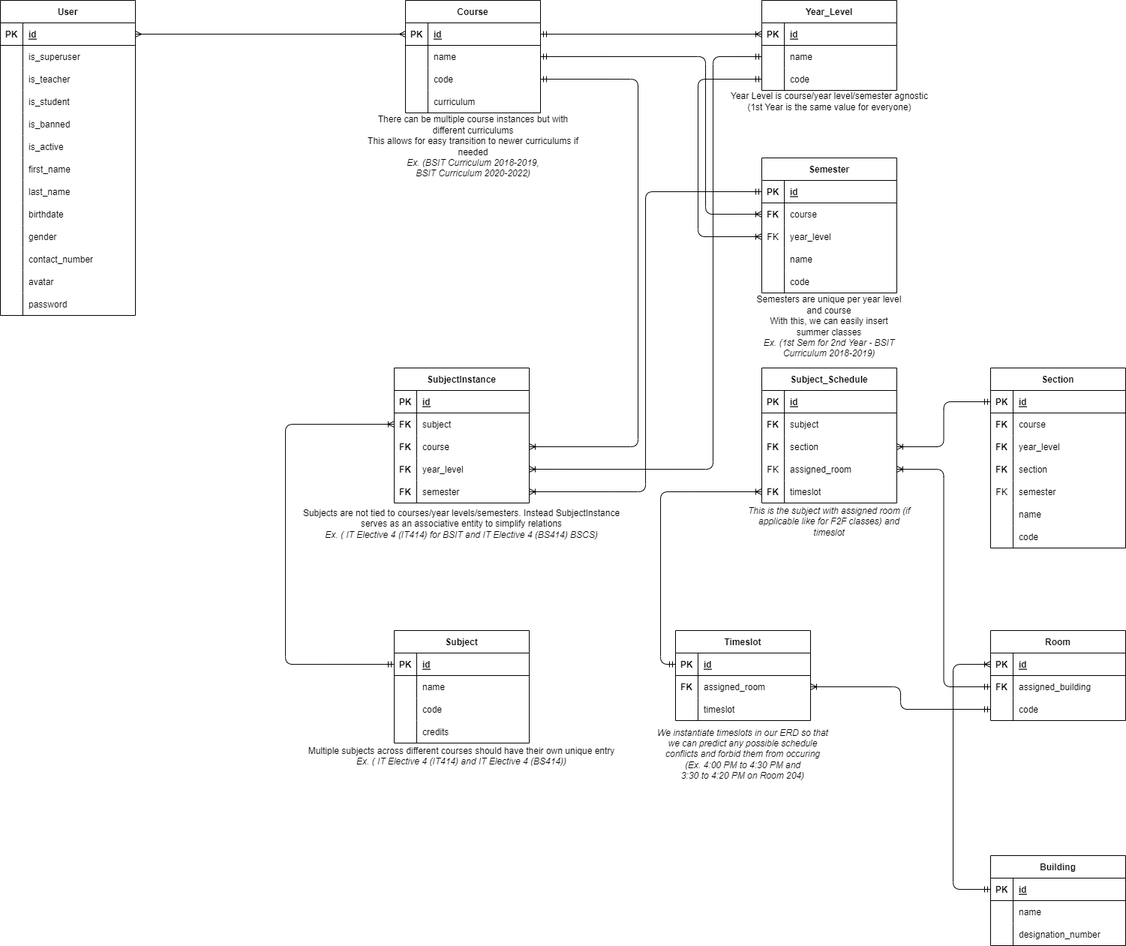
lemeow125/UniversitySystem-Backend keeps this draw.io diagram as documentation/erd.drawio.png. Above is the earlier version. Source tidied: cells renumbered, new cells last; positions are measured from the earlier drawing's top-left corner, leaving out a move shared by most shapes.
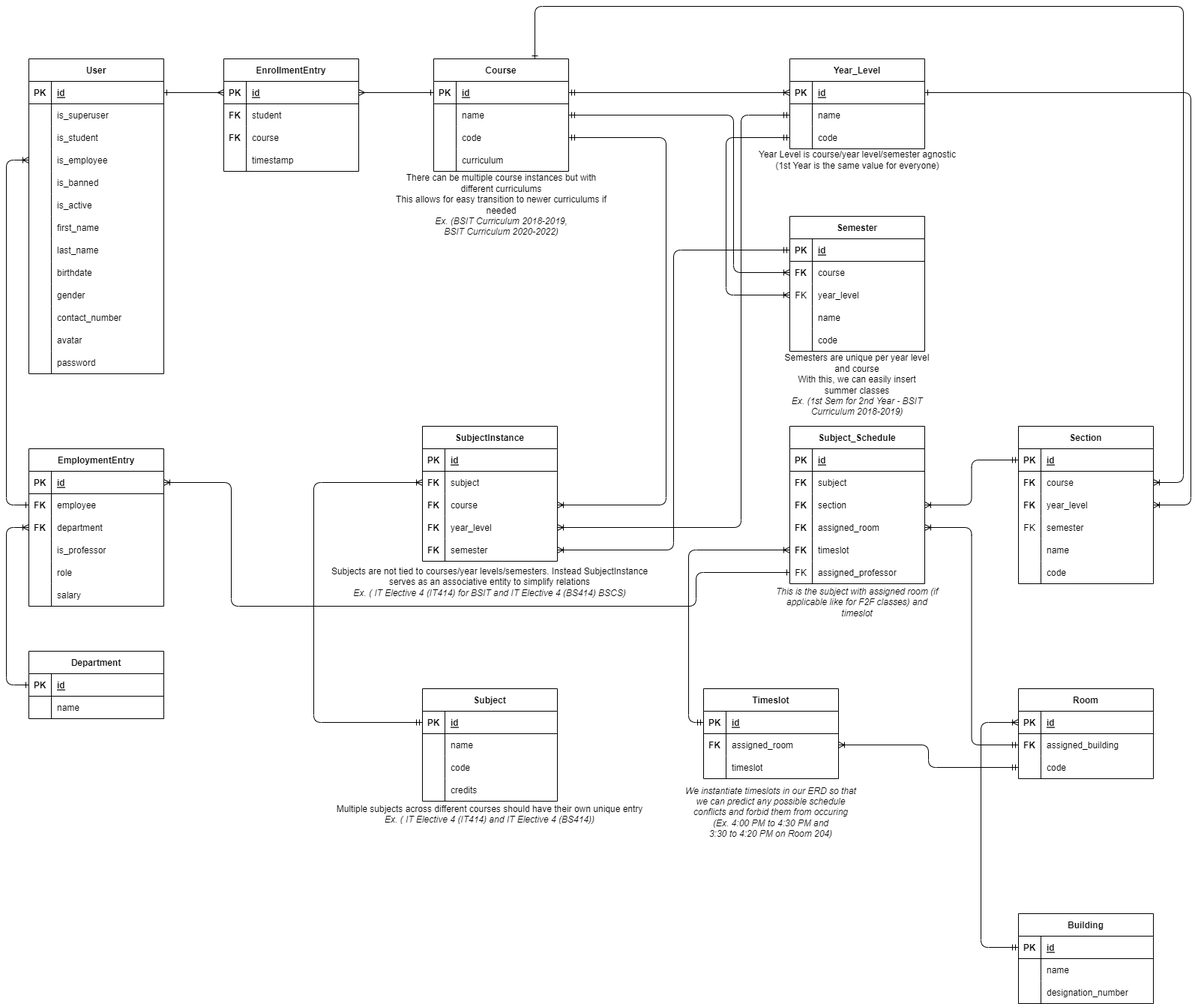
Later version of the same file.

Commit message:
Updated ERD and adjusted fields in CustomUser

What changed in the source:
```diff
@@ -25,13 +25,4 @@
     </mxCell>
-    <mxCell id="9" style="shape=tableRow;horizontal=0;startSize=0;swimlaneHead=0;swimlaneBody=0;fillColor=none;top=0;left=0;right=0;bottom=0;" parent="2" vertex="1">
-      <mxGeometry y="90" width="180" height="30" as="geometry" />
-    </mxCell>
-    <mxCell id="10" style="shape=partialRectangle;fillColor=none;top=0;left=0;bottom=0;right=0;overflow=hidden;" parent="9" vertex="1">
-      <mxGeometry width="30" height="30" as="geometry" />
-    </mxCell>
-    <mxCell id="11" value="is_teacher" style="shape=partialRectangle;fillColor=none;top=0;left=0;bottom=0;right=0;align=left;spacingLeft=6;overflow=hidden;" parent="9" vertex="1">
-      <mxGeometry x="30" width="150" height="30" as="geometry" />
-    </mxCell>
     <mxCell id="12" style="shape=tableRow;horizontal=0;startSize=0;swimlaneHead=0;swimlaneBody=0;fillColor=none;top=0;left=0;right=0;bottom=0;" parent="2" vertex="1">
-      <mxGeometry y="120" width="180" height="30" as="geometry" />
+      <mxGeometry y="90" width="180" height="30" as="geometry" />
     </mxCell>
@@ -43,2 +34,11 @@
     </mxCell>
+    <mxCell id="205" style="shape=tableRow;horizontal=0;startSize=0;swimlaneHead=0;swimlaneBody=0;fillColor=none;points=[[0,0.5],[1,0.5]];portConstraint=eastwest;top=0;left=0;right=0;bottom=0;" parent="2" vertex="1">
+      <mxGeometry y="120" width="180" height="30" as="geometry" />
+    </mxCell>
+    <mxCell id="206" style="shape=partialRectangle;fillColor=none;top=0;left=0;bottom=0;right=0;overflow=hidden;" parent="205" vertex="1">
+      <mxGeometry width="30" height="30" as="geometry" />
+    </mxCell>
+    <mxCell id="207" value="is_employee" style="shape=partialRectangle;fillColor=none;top=0;left=0;bottom=0;right=0;align=left;spacingLeft=6;overflow=hidden;" parent="205" vertex="1">
+      <mxGeometry x="30" width="150" height="30" as="geometry" />
+    </mxCell>
     <mxCell id="15" style="shape=tableRow;horizontal=0;startSize=0;swimlaneHead=0;swimlaneBody=0;fillColor=none;top=0;left=0;right=0;bottom=0;" parent="2" vertex="1">
@@ -124,3 +124,3 @@
     </mxCell>
-    <mxCell id="42" style="edgeStyle=orthogonalEdgeStyle;html=1;exitX=1;exitY=0.5;exitDx=0;exitDy=0;entryX=0;entryY=0.5;entryDx=0;entryDy=0;endArrow=ERmany;endFill=0;startArrow=ERmany;startFill=0;" parent="1" edge="1" source="3" target="177">
+    <mxCell id="42" style="edgeStyle=orthogonalEdgeStyle;html=1;exitX=1;exitY=0.5;exitDx=0;exitDy=0;entryX=0;entryY=0.5;entryDx=0;entryDy=0;endArrow=ERmany;endFill=0;startArrow=ERone;startFill=0;" parent="1" edge="1" source="3" target="212">
       <mxGeometry relative="1" as="geometry" />
@@ -128,3 +128,3 @@
     <mxCell id="43" value="Section" style="shape=table;startSize=30;rowLines=0;fontStyle=1;align=center;" parent="1" vertex="1">
-      <mxGeometry x="1320" y="490" width="180" height="240" as="geometry" />
+      <mxGeometry x="1320" y="490" width="180" height="210" as="geometry" />
     </mxCell>
@@ -157,13 +157,4 @@
     </mxCell>
-    <mxCell id="53" style="shape=tableRow;horizontal=0;startSize=0;swimlaneHead=0;swimlaneBody=0;fillColor=none;top=0;left=0;right=0;bottom=0;" parent="43" vertex="1">
-      <mxGeometry y="120" width="180" height="30" as="geometry" />
-    </mxCell>
-    <mxCell id="54" value="FK" style="shape=partialRectangle;fillColor=none;top=0;left=0;bottom=0;right=0;overflow=hidden;fontStyle=1;" parent="53" vertex="1">
-      <mxGeometry width="30" height="30" as="geometry" />
-    </mxCell>
-    <mxCell id="55" value="section" style="shape=partialRectangle;fillColor=none;top=0;left=0;bottom=0;right=0;align=left;spacingLeft=6;overflow=hidden;" parent="53" vertex="1">
-      <mxGeometry x="30" width="150" height="30" as="geometry" />
-    </mxCell>
     <mxCell id="56" style="shape=tableRow;horizontal=0;startSize=0;swimlaneHead=0;swimlaneBody=0;fillColor=none;top=0;left=0;right=0;bottom=0;fontStyle=1;" parent="43" vertex="1">
-      <mxGeometry y="150" width="180" height="30" as="geometry" />
+      <mxGeometry y="120" width="180" height="30" as="geometry" />
     </mxCell>
@@ -176,3 +167,3 @@
     <mxCell id="59" style="shape=tableRow;horizontal=0;startSize=0;swimlaneHead=0;swimlaneBody=0;fillColor=none;top=0;left=0;right=0;bottom=0;" parent="43" vertex="1">
-      <mxGeometry y="180" width="180" height="30" as="geometry" />
+      <mxGeometry y="150" width="180" height="30" as="geometry" />
     </mxCell>
@@ -185,3 +176,3 @@
     <mxCell id="62" style="shape=tableRow;horizontal=0;startSize=0;swimlaneHead=0;swimlaneBody=0;fillColor=none;top=0;left=0;right=0;bottom=0;" parent="43" vertex="1">
-      <mxGeometry y="210" width="180" height="30" as="geometry" />
+      <mxGeometry y="180" width="180" height="30" as="geometry" />
     </mxCell>
@@ -345,3 +336,3 @@
     <mxCell id="112" value="Subject_Schedule" style="shape=table;startSize=30;rowLines=0;fontStyle=1;align=center;" parent="111" vertex="1">
-      <mxGeometry x="25" width="180" height="180" as="geometry" />
+      <mxGeometry x="25" width="180" height="210" as="geometry" />
     </mxCell>
@@ -377,3 +368,3 @@
     </mxCell>
-    <mxCell id="123" value="FK" style="shape=partialRectangle;fillColor=none;top=0;left=0;bottom=0;right=0;overflow=hidden;fontStyle=0;" parent="122" vertex="1">
+    <mxCell id="123" value="FK" style="shape=partialRectangle;fillColor=none;top=0;left=0;bottom=0;right=0;overflow=hidden;fontStyle=1;" parent="122" vertex="1">
       <mxGeometry width="30" height="30" as="geometry" />
@@ -392,4 +383,13 @@
     </mxCell>
+    <mxCell id="208" style="shape=tableRow;horizontal=0;startSize=0;swimlaneHead=0;swimlaneBody=0;fillColor=none;points=[[0,0.5],[1,0.5]];portConstraint=eastwest;top=0;left=0;right=0;bottom=0;" parent="112" vertex="1">
+      <mxGeometry y="180" width="180" height="30" as="geometry" />
+    </mxCell>
+    <mxCell id="209" value="FK" style="shape=partialRectangle;fillColor=none;top=0;left=0;bottom=0;right=0;overflow=hidden;fontStyle=0;" parent="208" vertex="1">
+      <mxGeometry width="30" height="30" as="geometry" />
+    </mxCell>
+    <mxCell id="210" value="assigned_professor" style="shape=partialRectangle;fillColor=none;top=0;left=0;bottom=0;right=0;align=left;spacingLeft=6;overflow=hidden;" parent="208" vertex="1">
+      <mxGeometry x="30" width="150" height="30" as="geometry" />
+    </mxCell>
     <mxCell id="128" value="&lt;i&gt;This is the subject with assigned room (if applicable like for F2F classes) and timeslot&lt;br&gt;&lt;/i&gt;" style="text;html=1;strokeColor=none;fillColor=none;align=center;verticalAlign=middle;whiteSpace=wrap;rounded=0;" parent="111" vertex="1">
-      <mxGeometry y="180" width="230" height="50" as="geometry" />
+      <mxGeometry y="210" width="230" height="50" as="geometry" />
     </mxCell>
@@ -648,2 +648,165 @@
     </mxCell>
+    <mxCell id="211" value="EnrollmentEntry" style="shape=table;startSize=30;rowLines=0;fontStyle=1;align=center;" parent="1" vertex="1">
+      <mxGeometry x="260" width="180" height="150" as="geometry" />
+    </mxCell>
+    <mxCell id="212" style="shape=tableRow;horizontal=0;startSize=0;swimlaneHead=0;swimlaneBody=0;fillColor=none;points=[[0,0.5],[1,0.5]];portConstraint=eastwest;top=0;left=0;right=0;bottom=1;" parent="211" vertex="1">
+      <mxGeometry y="30" width="180" height="30" as="geometry" />
+    </mxCell>
+    <mxCell id="213" value="PK" style="shape=partialRectangle;fillColor=none;top=0;left=0;bottom=0;right=0;fontStyle=1;overflow=hidden;" parent="212" vertex="1">
+      <mxGeometry width="30" height="30" as="geometry" />
+    </mxCell>
+    <mxCell id="214" value="id" style="shape=partialRectangle;fillColor=none;top=0;left=0;bottom=0;right=0;align=left;spacingLeft=6;fontStyle=5;overflow=hidden;" parent="212" vertex="1">
+      <mxGeometry x="30" width="150" height="30" as="geometry" />
+    </mxCell>
+    <mxCell id="215" style="shape=tableRow;horizontal=0;startSize=0;swimlaneHead=0;swimlaneBody=0;fillColor=none;top=0;left=0;right=0;bottom=0;" parent="211" vertex="1">
+      <mxGeometry y="60" width="180" height="30" as="geometry" />
+    </mxCell>
+    <mxCell id="216" value="FK" style="shape=partialRectangle;fillColor=none;top=0;left=0;bottom=0;right=0;overflow=hidden;fontStyle=1;" parent="215" vertex="1">
+      <mxGeometry width="30" height="30" as="geometry" />
+    </mxCell>
+    <mxCell id="217" value="student" style="shape=partialRectangle;fillColor=none;top=0;left=0;bottom=0;right=0;align=left;spacingLeft=6;overflow=hidden;" parent="215" vertex="1">
+      <mxGeometry x="30" width="150" height="30" as="geometry" />
+    </mxCell>
+    <mxCell id="218" style="shape=tableRow;horizontal=0;startSize=0;swimlaneHead=0;swimlaneBody=0;fillColor=none;top=0;left=0;right=0;bottom=0;" parent="211" vertex="1">
+      <mxGeometry y="90" width="180" height="30" as="geometry" />
+    </mxCell>
+    <mxCell id="219" value="FK" style="shape=partialRectangle;fillColor=none;top=0;left=0;bottom=0;right=0;overflow=hidden;fontStyle=1;" parent="218" vertex="1">
+      <mxGeometry width="30" height="30" as="geometry" />
+    </mxCell>
+    <mxCell id="220" value="course" style="shape=partialRectangle;fillColor=none;top=0;left=0;bottom=0;right=0;align=left;spacingLeft=6;overflow=hidden;" parent="218" vertex="1">
+      <mxGeometry x="30" width="150" height="30" as="geometry" />
+    </mxCell>
+    <mxCell id="221" style="shape=tableRow;horizontal=0;startSize=0;swimlaneHead=0;swimlaneBody=0;fillColor=none;top=0;left=0;right=0;bottom=0;" parent="211" vertex="1">
+      <mxGeometry y="120" width="180" height="30" as="geometry" />
+    </mxCell>
+    <mxCell id="222" style="shape=partialRectangle;fillColor=none;top=0;left=0;bottom=0;right=0;overflow=hidden;fontStyle=1;" parent="221" vertex="1">
+      <mxGeometry width="30" height="30" as="geometry" />
+    </mxCell>
+    <mxCell id="223" value="timestamp" style="shape=partialRectangle;fillColor=none;top=0;left=0;bottom=0;right=0;align=left;spacingLeft=6;overflow=hidden;" parent="221" vertex="1">
+      <mxGeometry x="30" width="150" height="30" as="geometry" />
+    </mxCell>
+    <mxCell id="224" style="edgeStyle=orthogonalEdgeStyle;html=1;exitX=0;exitY=0.5;exitDx=0;exitDy=0;entryX=1;entryY=0.5;entryDx=0;entryDy=0;endArrow=ERmany;endFill=0;startArrow=ERone;startFill=0;" parent="1" edge="1" source="177" target="212">
+      <mxGeometry relative="1" as="geometry" />
+    </mxCell>
+    <mxCell id="225" value="EmploymentEntry" style="shape=table;startSize=30;rowLines=0;fontStyle=1;align=center;" parent="1" vertex="1">
+      <mxGeometry y="520" width="180" height="210" as="geometry" />
+    </mxCell>
+    <mxCell id="226" style="shape=tableRow;horizontal=0;startSize=0;swimlaneHead=0;swimlaneBody=0;fillColor=none;points=[[0,0.5],[1,0.5]];portConstraint=eastwest;top=0;left=0;right=0;bottom=1;" parent="225" vertex="1">
+      <mxGeometry y="30" width="180" height="30" as="geometry" />
+    </mxCell>
+    <mxCell id="227" value="PK" style="shape=partialRectangle;fillColor=none;top=0;left=0;bottom=0;right=0;fontStyle=1;overflow=hidden;" parent="226" vertex="1">
+      <mxGeometry width="30" height="30" as="geometry" />
+    </mxCell>
+    <mxCell id="228" value="id" style="shape=partialRectangle;fillColor=none;top=0;left=0;bottom=0;right=0;align=left;spacingLeft=6;fontStyle=5;overflow=hidden;" parent="226" vertex="1">
+      <mxGeometry x="30" width="150" height="30" as="geometry" />
+    </mxCell>
+    <mxCell id="229" style="shape=tableRow;horizontal=0;startSize=0;swimlaneHead=0;swimlaneBody=0;fillColor=none;points=[[0,0.5],[1,0.5]];portConstraint=eastwest;top=0;left=0;right=0;bottom=0;" parent="225" vertex="1">
+      <mxGeometry y="60" width="180" height="30" as="geometry" />
+    </mxCell>
+    <mxCell id="230" value="FK" style="shape=partialRectangle;fillColor=none;top=0;left=0;bottom=0;right=0;overflow=hidden;fontStyle=1;" parent="229" vertex="1">
+      <mxGeometry width="30" height="30" as="geometry" />
+    </mxCell>
+    <mxCell id="231" value="employee" style="shape=partialRectangle;fillColor=none;top=0;left=0;bottom=0;right=0;align=left;spacingLeft=6;overflow=hidden;" parent="229" vertex="1">
+      <mxGeometry x="30" width="150" height="30" as="geometry" />
+    </mxCell>
+    <mxCell id="232" style="shape=tableRow;horizontal=0;startSize=0;swimlaneHead=0;swimlaneBody=0;fillColor=none;points=[[0,0.5],[1,0.5]];portConstraint=eastwest;top=0;left=0;right=0;bottom=0;" parent="225" vertex="1">
+      <mxGeometry y="90" width="180" height="30" as="geometry" />
+    </mxCell>
+    <mxCell id="233" value="FK" style="shape=partialRectangle;fillColor=none;top=0;left=0;bottom=0;right=0;overflow=hidden;fontStyle=1;" parent="232" vertex="1">
+      <mxGeometry width="30" height="30" as="geometry" />
+    </mxCell>
+    <mxCell id="234" value="department" style="shape=partialRectangle;fillColor=none;top=0;left=0;bottom=0;right=0;align=left;spacingLeft=6;overflow=hidden;" parent="232" vertex="1">
+      <mxGeometry x="30" width="150" height="30" as="geometry" />
+    </mxCell>
+    <mxCell id="235" style="shape=tableRow;horizontal=0;startSize=0;swimlaneHead=0;swimlaneBody=0;fillColor=none;top=0;left=0;right=0;bottom=0;" parent="225" vertex="1">
+      <mxGeometry y="120" width="180" height="30" as="geometry" />
+    </mxCell>
+    <mxCell id="236" style="shape=partialRectangle;fillColor=none;top=0;left=0;bottom=0;right=0;overflow=hidden;" parent="235" vertex="1">
+      <mxGeometry width="30" height="30" as="geometry" />
+    </mxCell>
+    <mxCell id="237" value="is_professor" style="shape=partialRectangle;fillColor=none;top=0;left=0;bottom=0;right=0;align=left;spacingLeft=6;overflow=hidden;" parent="235" vertex="1">
+      <mxGeometry x="30" width="150" height="30" as="geometry" />
+    </mxCell>
+    <mxCell id="238" style="shape=tableRow;horizontal=0;startSize=0;swimlaneHead=0;swimlaneBody=0;fillColor=none;top=0;left=0;right=0;bottom=0;" parent="225" vertex="1">
+      <mxGeometry y="150" width="180" height="30" as="geometry" />
+    </mxCell>
+    <mxCell id="239" style="shape=partialRectangle;fillColor=none;top=0;left=0;bottom=0;right=0;overflow=hidden;" parent="238" vertex="1">
+      <mxGeometry width="30" height="30" as="geometry" />
+    </mxCell>
+    <mxCell id="240" value="role" style="shape=partialRectangle;fillColor=none;top=0;left=0;bottom=0;right=0;align=left;spacingLeft=6;overflow=hidden;" parent="238" vertex="1">
+      <mxGeometry x="30" width="150" height="30" as="geometry" />
+    </mxCell>
+    <mxCell id="241" style="shape=tableRow;horizontal=0;startSize=0;swimlaneHead=0;swimlaneBody=0;fillColor=none;top=0;left=0;right=0;bottom=0;" parent="225" vertex="1">
+      <mxGeometry y="180" width="180" height="30" as="geometry" />
+    </mxCell>
+    <mxCell id="242" style="shape=partialRectangle;fillColor=none;top=0;left=0;bottom=0;right=0;overflow=hidden;" parent="241" vertex="1">
+      <mxGeometry width="30" height="30" as="geometry" />
+    </mxCell>
+    <mxCell id="243" value="salary" style="shape=partialRectangle;fillColor=none;top=0;left=0;bottom=0;right=0;align=left;spacingLeft=6;overflow=hidden;" parent="241" vertex="1">
+      <mxGeometry x="30" width="150" height="30" as="geometry" />
+    </mxCell>
+    <mxCell id="244" value="Department" style="shape=table;startSize=30;rowLines=0;fontStyle=1;align=center;" parent="1" vertex="1">
+      <mxGeometry y="790" width="180" height="90" as="geometry" />
+    </mxCell>
+    <mxCell id="245" style="shape=tableRow;horizontal=0;startSize=0;swimlaneHead=0;swimlaneBody=0;fillColor=none;points=[[0,0.5],[1,0.5]];portConstraint=eastwest;top=0;left=0;right=0;bottom=1;" parent="244" vertex="1">
+      <mxGeometry y="30" width="180" height="30" as="geometry" />
+    </mxCell>
+    <mxCell id="246" value="PK" style="shape=partialRectangle;fillColor=none;top=0;left=0;bottom=0;right=0;fontStyle=1;overflow=hidden;" parent="245" vertex="1">
+      <mxGeometry width="30" height="30" as="geometry" />
+    </mxCell>
+    <mxCell id="247" value="id" style="shape=partialRectangle;fillColor=none;top=0;left=0;bottom=0;right=0;align=left;spacingLeft=6;fontStyle=5;overflow=hidden;" parent="245" vertex="1">
+      <mxGeometry x="30" width="150" height="30" as="geometry" />
+    </mxCell>
+    <mxCell id="248" style="shape=tableRow;horizontal=0;startSize=0;swimlaneHead=0;swimlaneBody=0;fillColor=none;top=0;left=0;right=0;bottom=0;" parent="244" vertex="1">
+      <mxGeometry y="60" width="180" height="30" as="geometry" />
+    </mxCell>
+    <mxCell id="249" style="shape=partialRectangle;fillColor=none;top=0;left=0;bottom=0;right=0;overflow=hidden;fontStyle=1;" parent="248" vertex="1">
+      <mxGeometry width="30" height="30" as="geometry" />
+    </mxCell>
+    <mxCell id="250" value="name" style="shape=partialRectangle;fillColor=none;top=0;left=0;bottom=0;right=0;align=left;spacingLeft=6;overflow=hidden;" parent="248" vertex="1">
+      <mxGeometry x="30" width="150" height="30" as="geometry" />
+    </mxCell>
+    <mxCell id="251" style="edgeStyle=orthogonalEdgeStyle;html=1;exitX=0;exitY=0.5;exitDx=0;exitDy=0;entryX=0;entryY=0.5;entryDx=0;entryDy=0;startArrow=ERoneToMany;startFill=0;endArrow=ERone;endFill=0;" parent="1" edge="1" source="232" target="245">
+      <mxGeometry relative="1" as="geometry">
+        <Array as="points">
+          <mxPoint x="-30" y="625" />
+          <mxPoint x="-30" y="835" />
+        </Array>
+      </mxGeometry>
+    </mxCell>
+    <mxCell id="252" style="edgeStyle=orthogonalEdgeStyle;html=1;exitX=0;exitY=0.5;exitDx=0;exitDy=0;entryX=0;entryY=0.5;entryDx=0;entryDy=0;startArrow=ERoneToMany;startFill=0;endArrow=ERone;endFill=0;" parent="1" edge="1" source="205" target="229">
+      <mxGeometry relative="1" as="geometry">
+        <Array as="points">
+          <mxPoint x="-30" y="135" />
+          <mxPoint x="-30" y="595" />
+        </Array>
+      </mxGeometry>
+    </mxCell>
+    <mxCell id="253" style="edgeStyle=orthogonalEdgeStyle;html=1;exitX=1;exitY=0.5;exitDx=0;exitDy=0;entryX=0;entryY=0.5;entryDx=0;entryDy=0;startArrow=ERoneToMany;startFill=0;endArrow=ERone;endFill=0;" parent="1" edge="1" source="226" target="208">
+      <mxGeometry relative="1" as="geometry">
+        <Array as="points">
+          <mxPoint x="270" y="565" />
+          <mxPoint x="270" y="730" />
+          <mxPoint x="890" y="730" />
+          <mxPoint x="890" y="685" />
+        </Array>
+      </mxGeometry>
+    </mxCell>
+    <mxCell id="254" style="edgeStyle=orthogonalEdgeStyle;html=1;exitX=1;exitY=0.5;exitDx=0;exitDy=0;startArrow=ERoneToMany;startFill=0;endArrow=ERone;endFill=0;entryX=0.75;entryY=0;entryDx=0;entryDy=0;" parent="1" edge="1" source="47" target="176">
+      <mxGeometry relative="1" as="geometry">
+        <Array as="points">
+          <mxPoint x="1540" y="565" />
+          <mxPoint x="1540" y="-70" />
+          <mxPoint x="675" y="-70" />
+        </Array>
+      </mxGeometry>
+    </mxCell>
+    <mxCell id="255" style="edgeStyle=orthogonalEdgeStyle;html=1;exitX=1;exitY=0.5;exitDx=0;exitDy=0;entryX=1;entryY=0.5;entryDx=0;entryDy=0;startArrow=ERoneToMany;startFill=0;endArrow=ERone;endFill=0;" parent="1" edge="1" source="50" target="195">
+      <mxGeometry relative="1" as="geometry">
+        <Array as="points">
+          <mxPoint x="1550" y="595" />
+          <mxPoint x="1550" y="45" />
+        </Array>
+      </mxGeometry>
+    </mxCell>
   </root>
```
